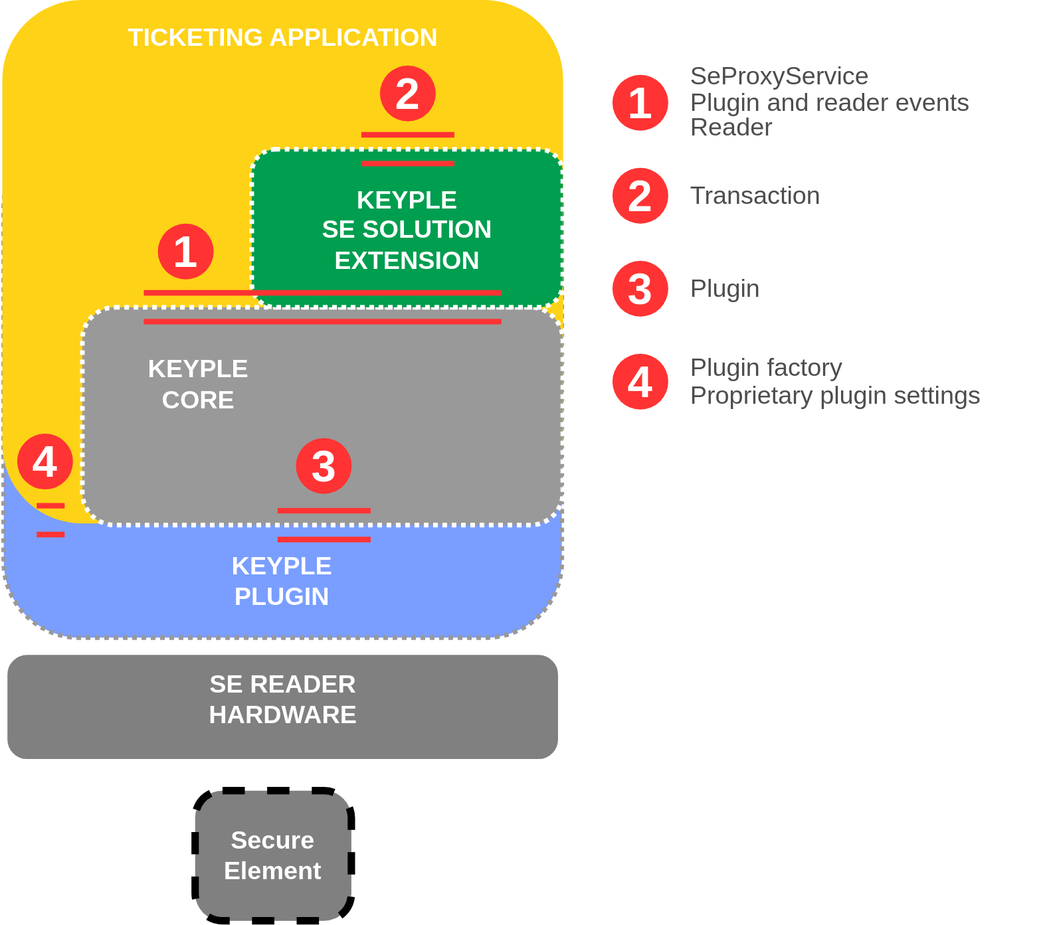
Earlier version of the draw.io export content/docs/API Reference/keyple-interfaces-2.svg (jeanpierrefortune/keyple-website-1). Source tidied: cells renumbered, new cells last; positions are measured from the earlier drawing's top-left corner, leaving out a move shared by most shapes.
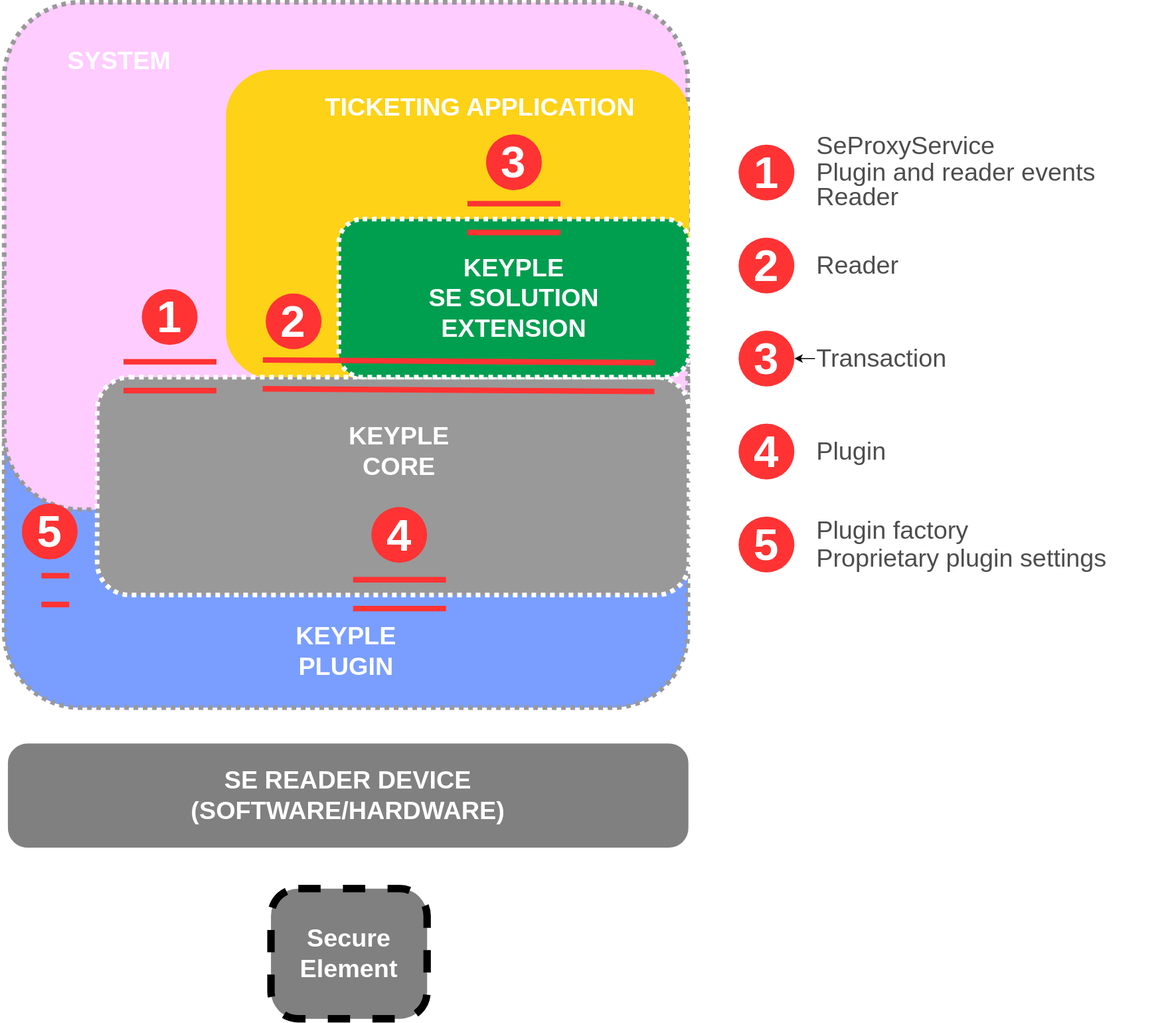
After the change.

Diff of the diagram source:
```diff
@@ -3,70 +3,70 @@
     <mxCell id="0" />
     <mxCell id="1" parent="0" />
     <mxCell id="2" style="whiteSpace=wrap;html=1;rounded=1;shadow=0;strokeWidth=5;fontSize=20;align=center;fillColor=#7A9EFF;strokeColor=#999999;dashed=1;dashPattern=1 1;" parent="1" vertex="1">
-      <mxGeometry x="0.5" y="139" width="600" height="545.5" as="geometry" />
+      <mxGeometry x="-135" y="139" width="735.5" height="545.5" as="geometry" />
     </mxCell>
+    <mxCell id="35" style="whiteSpace=wrap;html=1;rounded=1;shadow=0;strokeWidth=5;fontSize=20;align=center;strokeColor=#999999;dashed=1;dashPattern=1 1;fillColor=#FFCCFF;" parent="1" vertex="1">
+      <mxGeometry x="-135" y="-74" width="735.2" height="545.5" as="geometry" />
+    </mxCell>
     <mxCell id="3" style="whiteSpace=wrap;html=1;rounded=1;shadow=0;strokeWidth=3;fontSize=20;align=center;fillColor=#FED217;strokeColor=#FED217;" parent="1" vertex="1">
-      <mxGeometry x="0.5" width="600" height="560" as="geometry" />
+      <mxGeometry x="105" width="495.5" height="329" as="geometry" />
     </mxCell>
     <mxCell id="4" value="TICKETING APPLICATION" style="text;html=1;strokeColor=none;fillColor=none;align=center;verticalAlign=middle;whiteSpace=wrap;rounded=0;shadow=0;fontSize=27;fontColor=#FFFFFF;fontStyle=1;" parent="1" vertex="1">
-      <mxGeometry x="99.9" y="19" width="401.9" height="40.4" as="geometry" />
+      <mxGeometry x="175.9" y="19" width="401.9" height="40.4" as="geometry" />
     </mxCell>
     <mxCell id="5" value="KEYPLE&lt;br&gt;CORE" style="text;html=1;strokeColor=none;fillColor=none;align=center;verticalAlign=middle;whiteSpace=wrap;rounded=0;shadow=0;fontSize=27;fontColor=#FFFFFF;fontStyle=1;" parent="1" vertex="1">
       <mxGeometry x="116.2" y="489.4" width="188.4" height="40.4" as="geometry" />
     </mxCell>
     <mxCell id="6" value="KEYPLE&lt;br&gt;PLUGIN" style="text;html=1;strokeColor=none;fillColor=none;align=center;verticalAlign=middle;whiteSpace=wrap;rounded=0;shadow=0;fontSize=27;fontColor=#FFFFFF;fontStyle=1;" parent="1" vertex="1">
-      <mxGeometry x="206.3" y="603.7" width="188.4" height="40.4" as="geometry" />
+      <mxGeometry x="138.6" y="603.7" width="188.4" height="40.4" as="geometry" />
     </mxCell>
-    <mxCell id="7" style="whiteSpace=wrap;html=1;rounded=1;shadow=0;strokeWidth=8;fontSize=20;align=center;strokeColor=#FFFFFF;arcSize=21;fillColor=#808080;" parent="1" vertex="1">
-      <mxGeometry x="0.5" y="699" width="600" height="120" as="geometry" />
-    </mxCell>
-    <mxCell id="8" value="SE READER&lt;br&gt;HARDWARE" style="text;html=1;strokeColor=none;fillColor=none;align=center;verticalAlign=middle;whiteSpace=wrap;rounded=0;shadow=0;fontSize=27;fontColor=#FFFFFF;fontStyle=1;" parent="1" vertex="1">
-      <mxGeometry x="206.7" y="731" width="188.4" height="40.4" as="geometry" />
-    </mxCell>
     <mxCell id="9" value="&lt;span style=&quot;color: rgb(255 , 255 , 255) ; font-size: 27px ; font-weight: 700&quot;&gt;Secure&lt;/span&gt;&lt;br style=&quot;color: rgb(255 , 255 , 255) ; font-size: 27px ; font-weight: 700&quot;&gt;&lt;span style=&quot;color: rgb(255 , 255 , 255) ; font-size: 27px ; font-weight: 700&quot;&gt;Element&lt;/span&gt;" style="whiteSpace=wrap;html=1;rounded=1;shadow=0;strokeWidth=8;fontSize=20;align=center;arcSize=21;fillColor=#808080;dashed=1;" parent="1" vertex="1">
-      <mxGeometry x="206.3" y="849" width="168" height="140" as="geometry" />
+      <mxGeometry x="152" y="879" width="168" height="140" as="geometry" />
     </mxCell>
     <mxCell id="10" style="whiteSpace=wrap;html=1;rounded=1;shadow=0;strokeWidth=5;fontSize=20;align=center;strokeColor=#FFFFFF;fillColor=#999999;dashed=1;dashPattern=1 1;" parent="1" vertex="1">
-      <mxGeometry x="85" y="329" width="516.7" height="234.4" as="geometry" />
+      <mxGeometry x="-35" y="329" width="636.7" height="234.4" as="geometry" />
     </mxCell>
     <mxCell id="11" value="KEYPLE&lt;br&gt;CORE" style="text;html=1;strokeColor=none;fillColor=none;align=center;verticalAlign=middle;whiteSpace=wrap;rounded=0;shadow=0;fontSize=27;fontColor=#FFFFFF;fontStyle=1;" parent="1" vertex="1">
-      <mxGeometry x="116.2" y="391.5" width="188.4" height="40.4" as="geometry" />
+      <mxGeometry x="196.1" y="388.8" width="188.4" height="40.4" as="geometry" />
     </mxCell>
     <mxCell id="12" style="shape=link;html=1;fillColor=#FF3333;width=26;strokeWidth=6;strokeColor=#FF3333;" parent="1" edge="1">
       <mxGeometry relative="1" as="geometry">
-        <mxPoint x="36" y="558" as="sourcePoint" />
-        <mxPoint x="66" y="558" as="targetPoint" />
+        <mxPoint x="-95" y="558" as="sourcePoint" />
+        <mxPoint x="-65" y="558" as="targetPoint" />
       </mxGeometry>
     </mxCell>
     <mxCell id="13" style="shape=link;html=1;fillColor=#FF3333;width=26;strokeWidth=6;strokeColor=#FF3333;" parent="1" edge="1">
       <mxGeometry relative="1" as="geometry">
-        <mxPoint x="295" y="563.4" as="sourcePoint" />
-        <mxPoint x="395" y="563.4" as="targetPoint" />
+        <mxPoint x="240.3" y="562.4" as="sourcePoint" />
+        <mxPoint x="340.3" y="562.4" as="targetPoint" />
       </mxGeometry>
     </mxCell>
-    <mxCell id="14" value="&lt;b&gt;&lt;font style=&quot;font-size: 48px&quot; color=&quot;#ffffff&quot;&gt;1&lt;/font&gt;&lt;/b&gt;" style="ellipse;whiteSpace=wrap;html=1;fillColor=#FF3333;strokeColor=none;" parent="1" vertex="1">
-      <mxGeometry x="166.2" y="239" width="60" height="60" as="geometry" />
+    <mxCell id="14" value="&lt;b&gt;&lt;font style=&quot;font-size: 48px&quot; color=&quot;#ffffff&quot;&gt;2&lt;/font&gt;&lt;/b&gt;" style="ellipse;whiteSpace=wrap;html=1;fillColor=#FF3333;strokeColor=none;" parent="1" vertex="1">
+      <mxGeometry x="146.3" y="239" width="60" height="60" as="geometry" />
     </mxCell>
-    <mxCell id="15" value="&lt;b&gt;&lt;font style=&quot;font-size: 48px&quot; color=&quot;#ffffff&quot;&gt;2&lt;/font&gt;&lt;/b&gt;" style="ellipse;whiteSpace=wrap;html=1;fillColor=#FF3333;strokeColor=none;" parent="1" vertex="1">
-      <mxGeometry x="405" y="69" width="60" height="60" as="geometry" />
+    <mxCell id="15" value="&lt;b&gt;&lt;font style=&quot;font-size: 48px&quot; color=&quot;#ffffff&quot;&gt;3&lt;/font&gt;&lt;/b&gt;" style="ellipse;whiteSpace=wrap;html=1;fillColor=#FF3333;strokeColor=none;" parent="1" vertex="1">
+      <mxGeometry x="383.3" y="68" width="60" height="60" as="geometry" />
     </mxCell>
-    <mxCell id="16" value="&lt;b&gt;&lt;font style=&quot;font-size: 48px&quot; color=&quot;#ffffff&quot;&gt;4&lt;/font&gt;&lt;/b&gt;" style="ellipse;whiteSpace=wrap;html=1;fillColor=#FF3333;strokeColor=none;" parent="1" vertex="1">
-      <mxGeometry x="15" y="465" width="60" height="60" as="geometry" />
+    <mxCell id="16" value="&lt;b&gt;&lt;font style=&quot;font-size: 48px&quot; color=&quot;#ffffff&quot;&gt;5&lt;/font&gt;&lt;/b&gt;" style="ellipse;whiteSpace=wrap;html=1;fillColor=#FF3333;strokeColor=none;" parent="1" vertex="1">
+      <mxGeometry x="-116" y="465" width="60" height="60" as="geometry" />
     </mxCell>
-    <mxCell id="17" value="&lt;b&gt;&lt;font style=&quot;font-size: 48px&quot; color=&quot;#ffffff&quot;&gt;3&lt;/font&gt;&lt;/b&gt;" style="ellipse;whiteSpace=wrap;html=1;fillColor=#FF3333;strokeColor=none;" parent="1" vertex="1">
-      <mxGeometry x="314.7" y="469.7" width="60" height="60" as="geometry" />
+    <mxCell id="17" value="&lt;b&gt;&lt;font style=&quot;font-size: 48px&quot; color=&quot;#ffffff&quot;&gt;4&lt;/font&gt;&lt;/b&gt;" style="ellipse;whiteSpace=wrap;html=1;fillColor=#FF3333;strokeColor=none;" parent="1" vertex="1">
+      <mxGeometry x="260" y="468.7" width="60" height="60" as="geometry" />
     </mxCell>
     <mxCell id="18" value="&lt;b&gt;&lt;font style=&quot;font-size: 48px&quot; color=&quot;#ffffff&quot;&gt;1&lt;/font&gt;&lt;/b&gt;" style="ellipse;whiteSpace=wrap;html=1;fillColor=#FF3333;strokeColor=none;" parent="1" vertex="1">
       <mxGeometry x="655" y="79" width="60" height="60" as="geometry" />
     </mxCell>
+    <mxCell id="36" style="edgeStyle=orthogonalEdgeStyle;rounded=0;jettySize=auto;html=1;" parent="1" edge="1" source="19" target="30">
+      <mxGeometry relative="1" as="geometry" />
+    </mxCell>
     <mxCell id="19" value="Transaction" style="text;html=1;strokeColor=none;fillColor=none;align=left;verticalAlign=middle;whiteSpace=wrap;rounded=0;fontSize=27;fontColor=#4D4D4D;" parent="1" vertex="1">
-      <mxGeometry x="737.2" y="199" width="387.8" height="20" as="geometry" />
+      <mxGeometry x="737.2" y="299" width="387.8" height="20" as="geometry" />
     </mxCell>
     <mxCell id="20" value="Reader" style="text;html=1;strokeColor=none;fillColor=none;align=left;verticalAlign=middle;whiteSpace=wrap;rounded=0;fontSize=27;fontColor=#4D4D4D;" parent="1" vertex="1">
       <mxGeometry x="737.2" y="126" width="387.8" height="20" as="geometry" />
     </mxCell>
     <mxCell id="21" value="Plugin" style="text;html=1;strokeColor=none;fillColor=none;align=left;verticalAlign=middle;whiteSpace=wrap;rounded=0;fontSize=27;fontColor=#4D4D4D;" parent="1" vertex="1">
-      <mxGeometry x="737.2" y="299" width="387.8" height="20" as="geometry" />
+      <mxGeometry x="737.2" y="399" width="387.8" height="20" as="geometry" />
     </mxCell>
     <mxCell id="22" style="group;" parent="1" vertex="1">
       <mxGeometry x="737.2" y="84" width="387.8" height="50" as="geometry" />
@@ -78,7 +78,7 @@
       <mxGeometry y="15" width="387.8" height="20" as="geometry" />
     </mxCell>
     <mxCell id="25" style="group;" parent="1" vertex="1">
-      <mxGeometry x="737.2" y="384" width="387.8" height="50" as="geometry" />
+      <mxGeometry x="737.2" y="484" width="387.8" height="50" as="geometry" />
     </mxCell>
     <mxCell id="26" value="Plugin factory" style="text;html=1;strokeColor=none;fillColor=none;align=left;verticalAlign=middle;whiteSpace=wrap;rounded=0;fontSize=27;fontColor=#4D4D4D;" parent="25" vertex="1">
       <mxGeometry width="387.8" height="20" as="geometry" />
@@ -87,31 +87,57 @@
       <mxGeometry y="30" width="387.8" height="20" as="geometry" />
     </mxCell>
     <mxCell id="28" style="whiteSpace=wrap;html=1;rounded=1;shadow=0;strokeWidth=5;fontSize=20;align=center;strokeColor=#FFFFFF;fillColor=#009E4F;dashed=1;dashPattern=1 1;" parent="1" vertex="1">
-      <mxGeometry x="267.2" y="159" width="334.5" height="170" as="geometry" />
+      <mxGeometry x="225" y="159" width="376.7" height="170" as="geometry" />
     </mxCell>
     <mxCell id="29" value="KEYPLE&lt;br&gt;SE SOLUTION&lt;br&gt;EXTENSION" style="text;html=1;strokeColor=none;fillColor=none;align=center;verticalAlign=middle;whiteSpace=wrap;rounded=0;shadow=0;fontSize=27;fontColor=#FFFFFF;fontStyle=1;" parent="1" vertex="1">
-      <mxGeometry x="235.9" y="199" width="396.9" height="94.2" as="geometry" />
+      <mxGeometry x="214.9" y="196.9" width="396.9" height="94.2" as="geometry" />
     </mxCell>
-    <mxCell id="30" value="&lt;b&gt;&lt;font style=&quot;font-size: 48px&quot; color=&quot;#ffffff&quot;&gt;2&lt;/font&gt;&lt;/b&gt;" style="ellipse;whiteSpace=wrap;html=1;fillColor=#FF3333;strokeColor=none;" parent="1" vertex="1">
-      <mxGeometry x="655" y="179" width="60" height="60" as="geometry" />
+    <mxCell id="30" value="&lt;b&gt;&lt;font style=&quot;font-size: 48px&quot; color=&quot;#ffffff&quot;&gt;3&lt;/font&gt;&lt;/b&gt;" style="ellipse;whiteSpace=wrap;html=1;fillColor=#FF3333;strokeColor=none;" parent="1" vertex="1">
+      <mxGeometry x="655" y="279" width="60" height="60" as="geometry" />
     </mxCell>
-    <mxCell id="31" value="&lt;b&gt;&lt;font style=&quot;font-size: 48px&quot; color=&quot;#ffffff&quot;&gt;3&lt;/font&gt;&lt;/b&gt;" style="ellipse;whiteSpace=wrap;html=1;fillColor=#FF3333;strokeColor=none;" parent="1" vertex="1">
-      <mxGeometry x="655" y="279" width="60" height="60" as="geometry" />
+    <mxCell id="31" value="&lt;b&gt;&lt;font style=&quot;font-size: 48px&quot; color=&quot;#ffffff&quot;&gt;4&lt;/font&gt;&lt;/b&gt;" style="ellipse;whiteSpace=wrap;html=1;fillColor=#FF3333;strokeColor=none;" parent="1" vertex="1">
+      <mxGeometry x="655" y="379" width="60" height="60" as="geometry" />
     </mxCell>
-    <mxCell id="32" value="&lt;b&gt;&lt;font style=&quot;font-size: 48px&quot; color=&quot;#ffffff&quot;&gt;4&lt;/font&gt;&lt;/b&gt;" style="ellipse;whiteSpace=wrap;html=1;fillColor=#FF3333;strokeColor=none;" parent="1" vertex="1">
-      <mxGeometry x="655" y="379" width="60" height="60" as="geometry" />
+    <mxCell id="32" value="&lt;b&gt;&lt;font style=&quot;font-size: 48px&quot; color=&quot;#ffffff&quot;&gt;5&lt;/font&gt;&lt;/b&gt;" style="ellipse;whiteSpace=wrap;html=1;fillColor=#FF3333;strokeColor=none;" parent="1" vertex="1">
+      <mxGeometry x="655" y="479" width="60" height="60" as="geometry" />
     </mxCell>
     <mxCell id="33" style="shape=link;html=1;fillColor=#FF3333;width=26;strokeWidth=6;strokeColor=#FF3333;" parent="1" edge="1">
       <mxGeometry relative="1" as="geometry">
-        <mxPoint x="385" y="159" as="sourcePoint" />
-        <mxPoint x="485" y="159" as="targetPoint" />
+        <mxPoint x="363.3" y="158" as="sourcePoint" />
+        <mxPoint x="463.3" y="158" as="targetPoint" />
       </mxGeometry>
     </mxCell>
-    <mxCell id="34" style="shape=link;html=1;fillColor=#FF3333;width=26;strokeWidth=6;strokeColor=#FF3333;" parent="1" edge="1">
+    <mxCell id="34" style="shape=link;html=1;fillColor=#FF3333;width=26;strokeWidth=6;strokeColor=#FF3333;exitX=0.077;exitY=0.991;exitDx=0;exitDy=0;exitPerimeter=0;" parent="1" edge="1" source="3">
       <mxGeometry relative="1" as="geometry">
-        <mxPoint x="151.1" y="329" as="sourcePoint" />
-        <mxPoint x="535.6" y="329" as="targetPoint" />
+        <mxPoint x="564.6" y="329" as="targetPoint" />
       </mxGeometry>
     </mxCell>
+    <mxCell id="37" style="shape=link;html=1;fillColor=#FF3333;width=26;strokeWidth=6;strokeColor=#FF3333;" parent="1" edge="1">
+      <mxGeometry relative="1" as="geometry">
+        <mxPoint x="-6.6" y="328" as="sourcePoint" />
+        <mxPoint x="93.4" y="328" as="targetPoint" />
+      </mxGeometry>
+    </mxCell>
+    <mxCell id="38" value="&lt;b&gt;&lt;font style=&quot;font-size: 48px&quot; color=&quot;#ffffff&quot;&gt;1&lt;/font&gt;&lt;/b&gt;" style="ellipse;whiteSpace=wrap;html=1;fillColor=#FF3333;strokeColor=none;" parent="1" vertex="1">
+      <mxGeometry x="13" y="234.4" width="60" height="60" as="geometry" />
+    </mxCell>
+    <mxCell id="39" value="SYSTEM" style="text;html=1;strokeColor=none;fillColor=none;align=center;verticalAlign=middle;whiteSpace=wrap;rounded=0;shadow=0;fontSize=27;fontColor=#FFFFFF;fontStyle=1;" parent="1" vertex="1">
+      <mxGeometry x="-105" y="-31" width="188.4" height="40.4" as="geometry" />
+    </mxCell>
+    <mxCell id="40" value="&lt;b&gt;&lt;font style=&quot;font-size: 48px&quot; color=&quot;#ffffff&quot;&gt;2&lt;/font&gt;&lt;/b&gt;" style="ellipse;whiteSpace=wrap;html=1;fillColor=#FF3333;strokeColor=none;" parent="1" vertex="1">
+      <mxGeometry x="655" y="179" width="60" height="60" as="geometry" />
+    </mxCell>
+    <mxCell id="41" value="Reader" style="text;html=1;strokeColor=none;fillColor=none;align=left;verticalAlign=middle;whiteSpace=wrap;rounded=0;fontSize=27;fontColor=#4D4D4D;" parent="1" vertex="1">
+      <mxGeometry x="737.2" y="199" width="387.8" height="20" as="geometry" />
+    </mxCell>
+    <mxCell id="42" style="group;" parent="1" vertex="1">
+      <mxGeometry x="-135" y="719" width="740" height="120" as="geometry" />
+    </mxCell>
+    <mxCell id="7" style="whiteSpace=wrap;html=1;rounded=1;shadow=0;strokeWidth=8;fontSize=20;align=center;strokeColor=#FFFFFF;arcSize=21;fillColor=#808080;" parent="42" vertex="1">
+      <mxGeometry width="740" height="120" as="geometry" />
+    </mxCell>
+    <mxCell id="8" value="SE READER DEVICE&lt;br&gt;(SOFTWARE/HARDWARE)" style="text;html=1;strokeColor=none;fillColor=none;align=center;verticalAlign=middle;whiteSpace=wrap;rounded=0;shadow=0;fontSize=27;fontColor=#FFFFFF;fontStyle=1;" parent="42" vertex="1">
+      <mxGeometry x="145" y="39.8" width="450" height="40.4" as="geometry" />
+    </mxCell>
   </root>
 </mxGraphModel>
```
